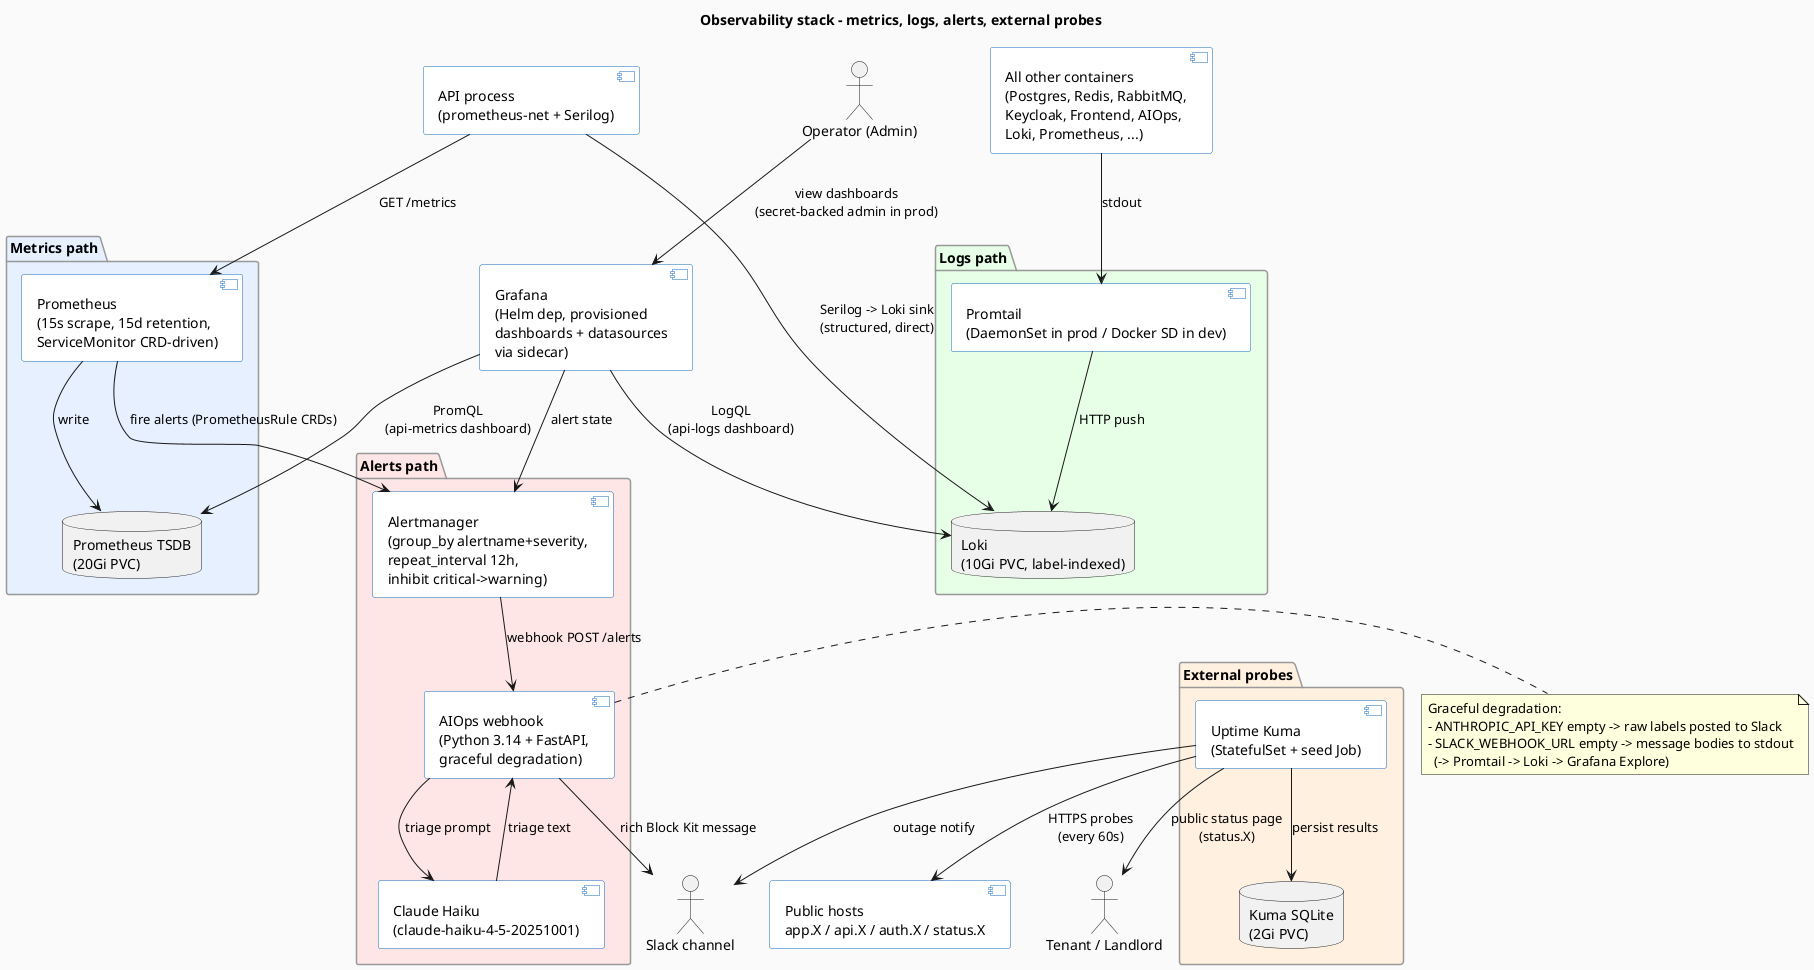
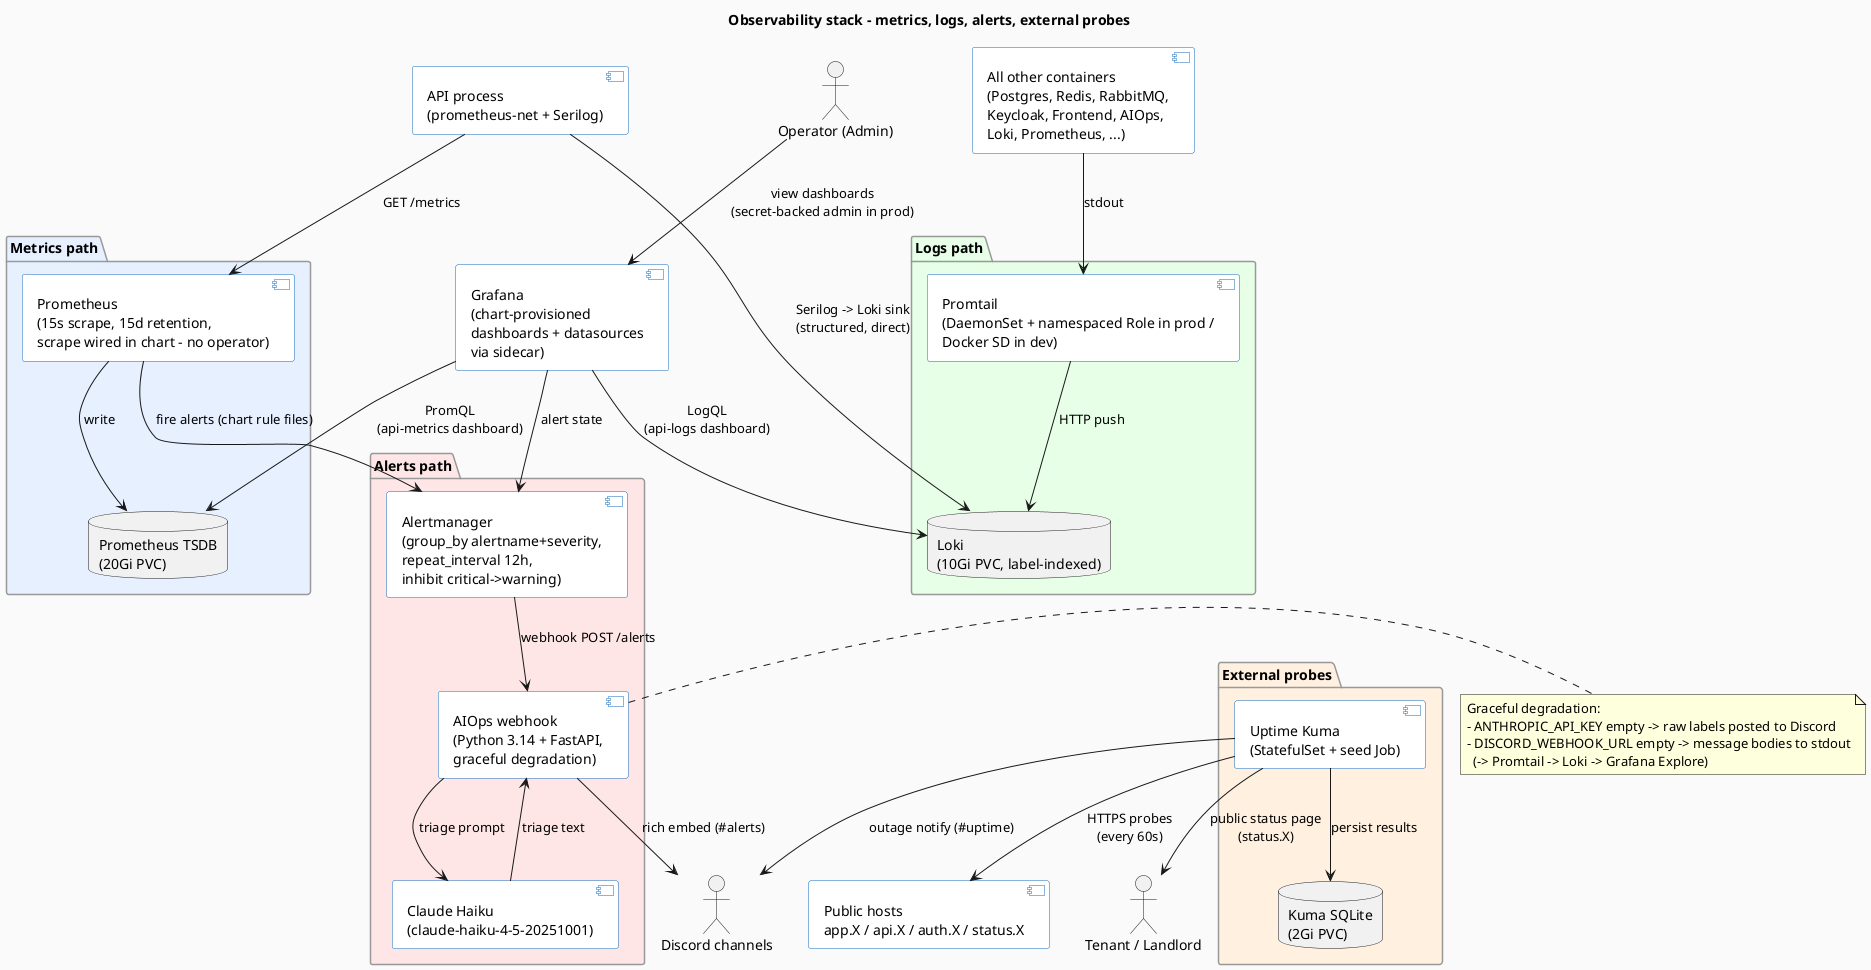
@startuml
title Observability stack - metrics, logs, alerts, external probes

skinparam BackgroundColor #FAFAFA
skinparam componentBackgroundColor #FFFFFF
skinparam componentBorderColor #1168bd
skinparam packageBorderColor #999
skinparam packageBackgroundColor transparent

actor "Operator (Admin)"    as op
- actor "Slack channel"       as slack
+ actor "Discord channels"    as discord
actor "Tenant / Landlord"   as user
component "API process\n(prometheus-net + Serilog)" as api
component "All other containers\n(Postgres, Redis, RabbitMQ,\nKeycloak, Frontend, AIOps,\nLoki, Prometheus, ...)" as others
component "Public hosts\napp.X / api.X / auth.X / status.X" as public

package "Metrics path" #E6F0FF {
-     component "Prometheus\n(15s scrape, 15d retention,\nServiceMonitor CRD-driven)" as prom
+     component "Prometheus\n(15s scrape, 15d retention,\nscrape wired in chart - no operator)" as prom
    database  "Prometheus TSDB\n(20Gi PVC)" as tsdb
}

package "Logs path" #E6FFE6 {
-     component "Promtail\n(DaemonSet in prod / Docker SD in dev)" as promtail
+     component "Promtail\n(DaemonSet + namespaced Role in prod /\nDocker SD in dev)" as promtail
    database  "Loki\n(10Gi PVC, label-indexed)" as loki
}

package "Alerts path" #FFE6E6 {
    component "Alertmanager\n(group_by alertname+severity,\nrepeat_interval 12h,\ninhibit critical->warning)" as am
    component "AIOps webhook\n(Python 3.14 + FastAPI,\ngraceful degradation)" as aiops
    component "Claude Haiku\n(claude-haiku-4-5-20251001)" as claude
}

package "External probes" #FFF0E0 {
    component "Uptime Kuma\n(StatefulSet + seed Job)" as kuma
    database  "Kuma SQLite\n(2Gi PVC)" as kumadb
}

- component "Grafana\n(Helm dep, provisioned\ndashboards + datasources\nvia sidecar)" as grafana
+ component "Grafana\n(chart-provisioned\ndashboards + datasources\nvia sidecar)" as grafana

' ====== Metrics path ======
api      --> prom    : GET /metrics
prom     --> tsdb    : write
- prom     --> am      : fire alerts (PrometheusRule CRDs)
+ prom     --> am      : fire alerts (chart rule files)

' ====== Logs path ======
api      --> loki    : Serilog -> Loki sink\n(structured, direct)
others   --> promtail: stdout
promtail --> loki    : HTTP push

' ====== Alerts path ======
am     --> aiops  : webhook POST /alerts
aiops  --> claude : triage prompt
claude --> aiops  : triage text
- aiops  --> slack  : rich Block Kit message
+ aiops  --> discord : rich embed (#alerts)
note right of aiops
  Graceful degradation:
-   - ANTHROPIC_API_KEY empty -> raw labels posted to Slack
-   - SLACK_WEBHOOK_URL empty -> message bodies to stdout
+   - ANTHROPIC_API_KEY empty -> raw labels posted to Discord
+   - DISCORD_WEBHOOK_URL empty -> message bodies to stdout
    (-> Promtail -> Loki -> Grafana Explore)
end note

' ====== External probes ======
kuma --> public   : HTTPS probes\n(every 60s)
kuma --> kumadb   : persist results
- kuma --> slack    : outage notify
+ kuma --> discord  : outage notify (#uptime)
kuma --> user     : public status page\n(status.X)

' ====== Grafana consumption ======
grafana --> tsdb : PromQL\n(api-metrics dashboard)
grafana --> loki : LogQL\n(api-logs dashboard)
grafana --> am   : alert state
op      --> grafana : view dashboards\n(secret-backed admin in prod)

@enduml
